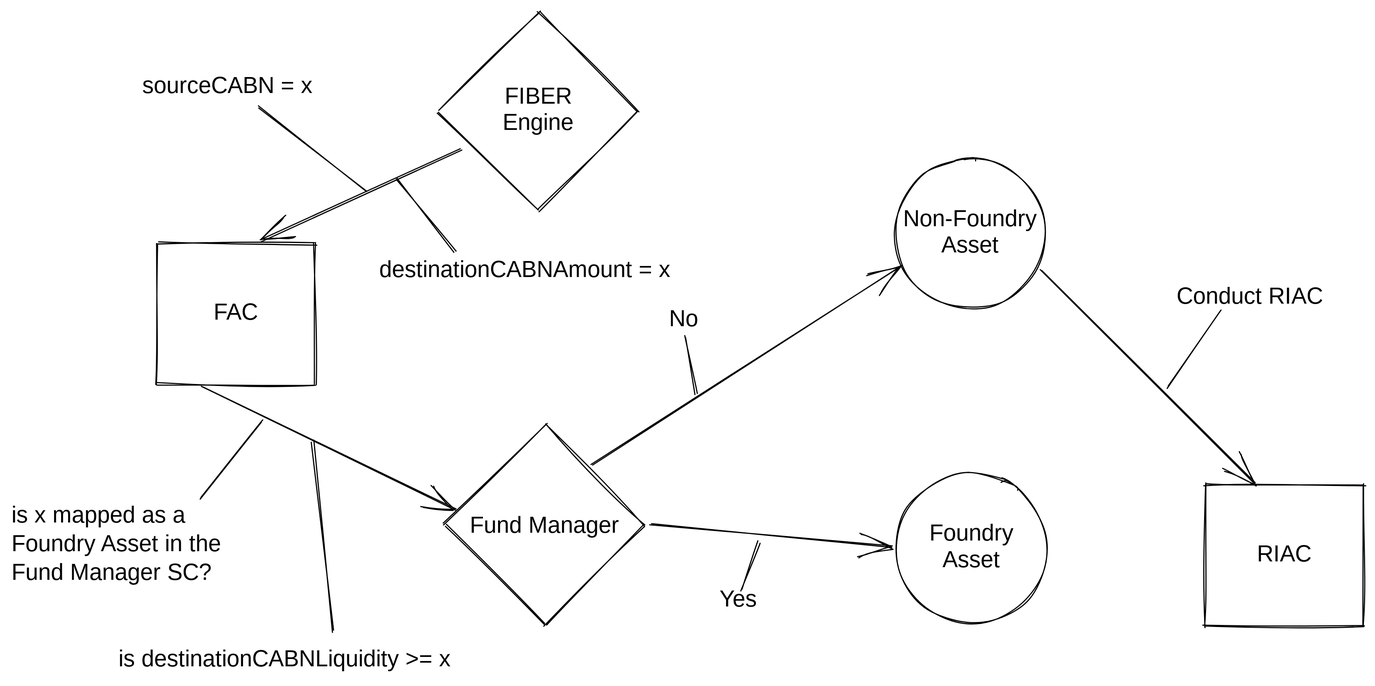
ferrumnet/ferrum-network-multiSwap-and-bridge-architecture keeps this Excalidraw diagram as .gitbook/assets/file.drawing (1).svg. Above is the earlier version. Source tidied: one line per element, renumbered; positions are measured from the earlier drawing's top-left corner, leaving out a move shared by most shapes.
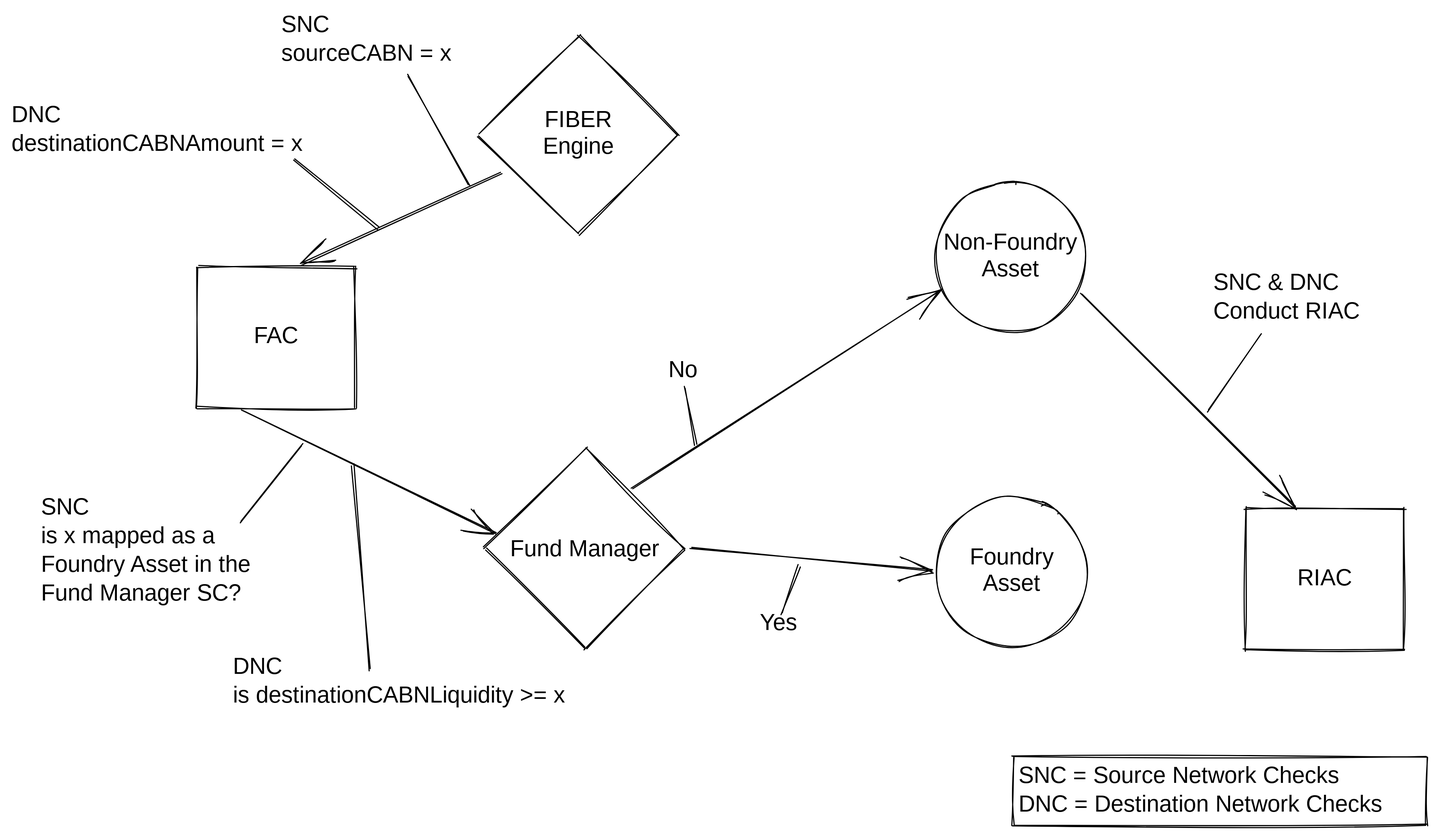
The same diagram one commit later.

Commit message:
GitBook: [#113] No subject

Change to the diagram source:
```diff
@@ -7,10 +7,10 @@
 {"id": 6, "type": "text", "text": "FAC", "strokeColor": "#000000", "strokeWidth": 1, "roughness": 1, "fontSize": 20, "fontFamily": 1, "textAlign": "center", "verticalAlign": "middle", "inside": 4, "x": 131, "y": 252, "width": 128, "height": 23}
 {"id": 7, "type": "text", "text": "RIAC", "strokeColor": "#000000", "strokeWidth": 1, "roughness": 1, "fontSize": 20, "fontFamily": 1, "textAlign": "center", "verticalAlign": "middle", "inside": 5, "x": 1045, "y": 462, "width": 128, "height": 23}
 {"id": 8, "type": "arrow", "strokeColor": "#000000", "strokeWidth": 1, "roughness": 1, "endArrowhead": "arrow", "from": 0, "to": 4, "x": 392, "y": 121, "width": 175, "height": 79, "points": [[0, 0], [-175, 79]]}
-{"id": 9, "type": "text", "text": "sourceCABN = x", "strokeColor": "#000000", "strokeWidth": 1, "roughness": 1, "fontSize": 20, "fontFamily": 1, "x": 114, "y": 53, "width": 161, "height": 25}
+{"id": 9, "type": "text", "text": "SNC\nsourceCABN = x", "strokeColor": "#000000", "strokeWidth": 1, "roughness": 1, "fontSize": 20, "fontFamily": 1, "x": 200, "y": -21, "width": 161, "height": 50}
-{"id": 10, "type": "line", "strokeColor": "#000000", "strokeWidth": 1, "roughness": 1, "x": 309, "y": 156, "width": 95, "height": 72, "points": [[0, 0], [-95, -72]]}
+{"id": 10, "type": "line", "strokeColor": "#000000", "strokeWidth": 1, "roughness": 1, "x": 364, "y": 130, "width": 55, "height": 95, "points": [[0, 0], [-55, -95]]}
 {"id": 11, "type": "arrow", "strokeColor": "#000000", "strokeWidth": 1, "roughness": 1, "endArrowhead": "arrow", "from": 4, "to": 1, "x": 166, "y": 326, "width": 221, "height": 109, "points": [[0, 0], [221, 109]]}
-{"id": 12, "type": "text", "text": "is x mapped as a\nFoundry Asset in the\nFund Manager SC?", "strokeColor": "#000000", "strokeWidth": 1, "roughness": 1, "fontSize": 20, "fontFamily": 1, "x": 0, "y": 427, "width": 206, "height": 75}
+{"id": 12, "type": "text", "text": "SNC\nis x mapped as a\nFoundry Asset in the\nFund Manager SC?", "strokeColor": "#000000", "strokeWidth": 1, "roughness": 1, "fontSize": 20, "fontFamily": 1, "x": -9, "y": 400, "width": 206, "height": 100}
 {"id": 13, "type": "line", "strokeColor": "#000000", "strokeWidth": 1, "roughness": 1, "x": 218, "y": 357, "width": 54, "height": 67, "points": [[0, 0], [-54, 67]]}
 {"id": 14, "type": "ellipse", "strokeColor": "#000000", "strokeWidth": 1, "roughness": 1, "x": 770, "y": 128, "width": 131, "height": 131}
 {"id": 15, "type": "ellipse", "strokeColor": "#000000", "strokeWidth": 1, "roughness": 1, "x": 771, "y": 402, "width": 131, "height": 131}
@@ -20,12 +20,14 @@
 {"id": 19, "type": "arrow", "strokeColor": "#000000", "strokeWidth": 1, "roughness": 1, "endArrowhead": "arrow", "from": 1, "to": 14, "x": 506, "y": 394, "width": 269, "height": 172, "points": [[0, 0], [269, -172]]}
 {"id": 20, "type": "text", "text": "Yes", "strokeColor": "#000000", "strokeWidth": 1, "roughness": 1, "fontSize": 20, "fontFamily": 1, "textAlign": "center", "x": 617, "y": 501, "width": 33, "height": 25}
 {"id": 21, "type": "line", "strokeColor": "#000000", "strokeWidth": 1, "roughness": 1, "x": 651, "y": 462, "width": 14, "height": 41, "points": [[0, 0], [-14, 41]]}
-{"id": 22, "type": "text", "text": "No", "strokeColor": "#000000", "strokeWidth": 1, "roughness": 1, "fontSize": 20, "fontFamily": 1, "textAlign": "center", "x": 573, "y": 256, "width": 25, "height": 25}
+{"id": 22, "type": "text", "text": "No", "strokeColor": "#000000", "strokeWidth": 1, "roughness": 1, "fontSize": 20, "fontFamily": 1, "textAlign": "center", "x": 537, "y": 280, "width": 25, "height": 25}
-{"id": 23, "type": "line", "strokeColor": "#000000", "strokeWidth": 1, "roughness": 1, "x": 596, "y": 334, "width": 9, "height": 51, "points": [[0, 0], [-9, -51]]}
+{"id": 23, "type": "line", "strokeColor": "#000000", "strokeWidth": 1, "roughness": 1, "x": 560, "y": 357, "width": 9, "height": 51, "points": [[0, 0], [-9, -51]]}
 {"id": 24, "type": "arrow", "strokeColor": "#000000", "strokeWidth": 1, "roughness": 1, "endArrowhead": "arrow", "from": 14, "to": 5, "x": 898, "y": 225, "width": 185, "height": 186, "points": [[0, 0], [185, 186]]}
-{"id": 25, "type": "text", "text": "Conduct RIAC", "strokeColor": "#000000", "strokeWidth": 1, "roughness": 1, "fontSize": 20, "fontFamily": 1, "textAlign": "center", "x": 1009, "y": 237, "width": 139, "height": 25}
+{"id": 25, "type": "text", "text": "SNC & DNC\nConduct RIAC", "strokeColor": "#000000", "strokeWidth": 1, "roughness": 1, "fontSize": 20, "fontFamily": 1, "x": 1012, "y": 204, "width": 139, "height": 50}
 {"id": 26, "type": "line", "strokeColor": "#000000", "strokeWidth": 1, "roughness": 1, "x": 1007, "y": 327, "width": 47, "height": 66, "points": [[0, 0], [47, -66]]}
-{"id": 27, "type": "text", "text": "destinationCABNAmount = x", "strokeColor": "#000000", "strokeWidth": 1, "roughness": 1, "fontSize": 20, "fontFamily": 1, "x": 320, "y": 213, "width": 275, "height": 25}
+{"id": 27, "type": "text", "text": "DNC\ndestinationCABNAmount = x", "strokeColor": "#000000", "strokeWidth": 1, "roughness": 1, "fontSize": 20, "fontFamily": 1, "x": -35, "y": 58, "width": 275, "height": 50}
-{"id": 28, "type": "line", "strokeColor": "#000000", "strokeWidth": 1, "roughness": 1, "x": 386, "y": 210, "width": 51, "height": 64, "points": [[0, 0], [-51, -64]]}
-{"id": 29, "type": "text", "text": "is destinationCABNLiquidity >= x", "strokeColor": "#000000", "strokeWidth": 1, "roughness": 1, "fontSize": 20, "fontFamily": 1, "x": 93, "y": 553, "width": 320, "height": 25}
+{"id": 29, "type": "text", "text": "DNC\nis destinationCABNLiquidity >= x", "strokeColor": "#000000", "strokeWidth": 1, "roughness": 1, "fontSize": 20, "fontFamily": 1, "x": 158, "y": 539, "width": 320, "height": 50}
-{"id": 30, "type": "line", "strokeColor": "#000000", "strokeWidth": 1, "roughness": 1, "x": 280, "y": 540, "width": 18, "height": 166, "points": [[0, 0], [-18, -166]]}
+{"id": 30, "type": "line", "strokeColor": "#000000", "strokeWidth": 1, "roughness": 1, "x": 277, "y": 553, "width": 15, "height": 178, "points": [[0, 0], [-15, -178]]}
+{"id": 31, "type": "line", "strokeColor": "#000000", "strokeWidth": 1, "roughness": 1, "x": 285, "y": 168, "width": 74, "height": 59, "points": [[0, 0], [-74, -59]]}
+{"id": 32, "type": "rectangle", "strokeColor": "#000000", "strokeWidth": 1, "roughness": 1, "x": 837, "y": 629, "width": 360, "height": 60}
+{"id": 33, "type": "text", "text": "SNC = Source Network Checks\nDNC = Destination Network Checks", "strokeColor": "#000000", "strokeWidth": 1, "roughness": 1, "fontSize": 20, "fontFamily": 1, "inside": 32, "x": 842, "y": 634, "width": 350, "height": 50}
```
